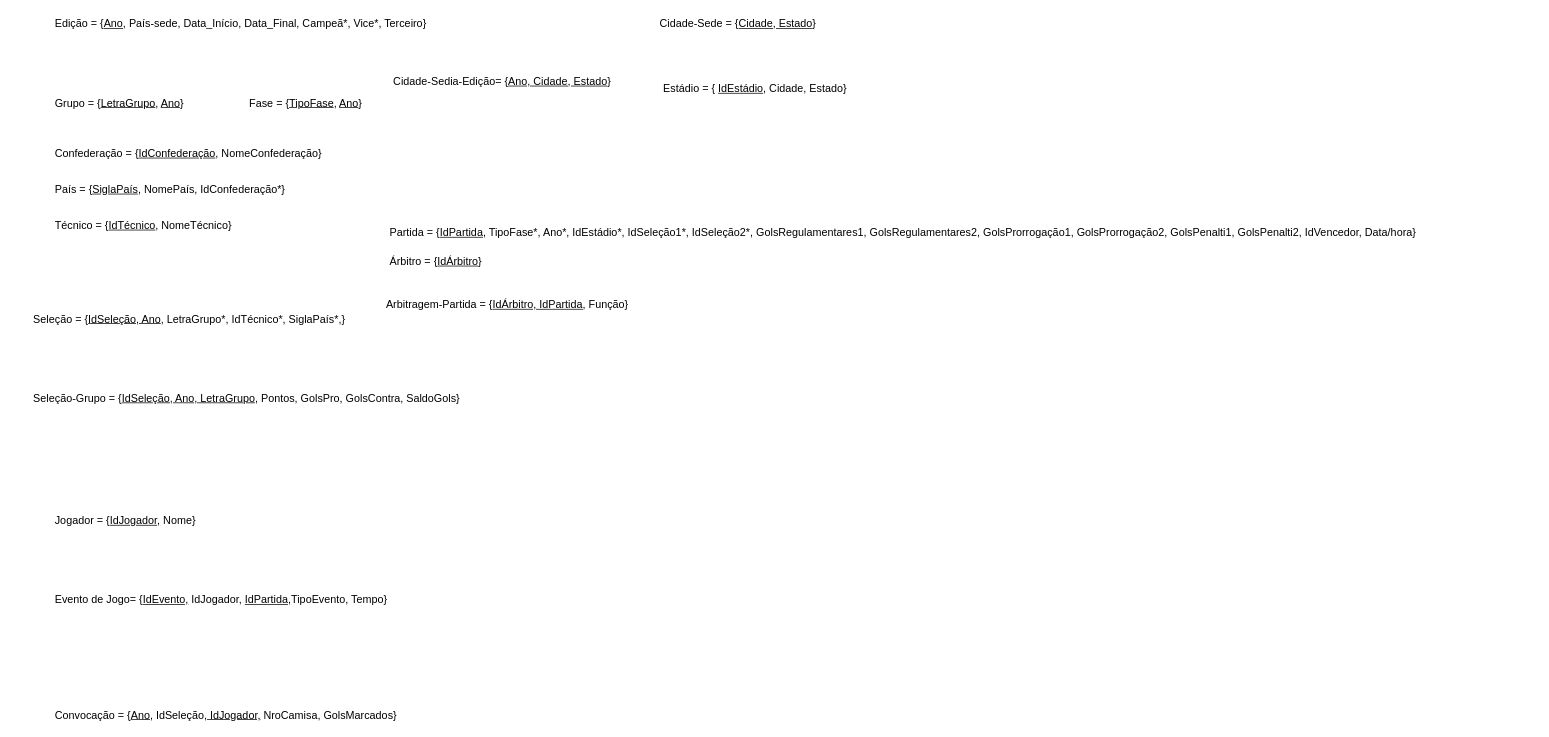
Before: diagramas/02.Relacional.drawio in GUUDIN/bd-copa-do-mundo, a draw.io diagram. Source tidied: cells renumbered, new cells numbered last; positions are measured from the earlier drawing's top-left corner, leaving out a move shared by most shapes. Both pictures are drawn from the tidied source at 72%, with x=0, y=0 at pixel (32, 12).
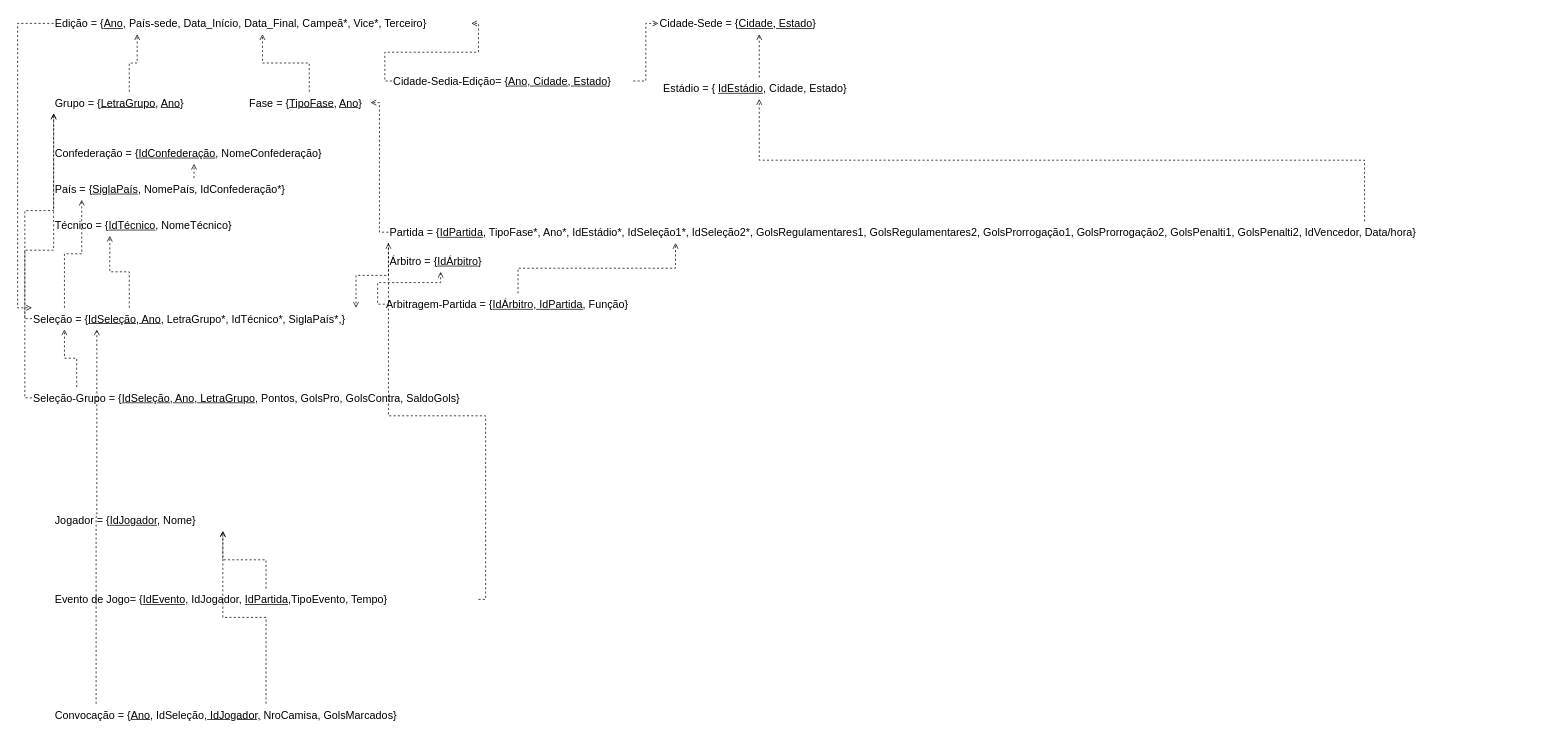
After the change.

Commit message (it also covers changes not shown here):
fix: restaura diagramas drawio completos com todas as conexões

- 01.ER.drawio: 85 vértices, 57 arestas (entidades, relacionamentos,
  atributos, cardinalidades)
- 02.Relacional.drawio: 17 vértices, 21 arestas FK com setas tracejadas
  apontando da tabela filha para a tabela referenciada

The change refers to these unchanged cells:
```xml
<mxCell id="2" value="&lt;font style=&quot;font-size: 15px;&quot;&gt;Edição = {&lt;u&gt;Ano,&lt;/u&gt; País-sede, Data_Início, Data_Final, Campeã*, Vice*, Terceiro}&amp;nbsp;&lt;/font&gt;" style="text;html=1;whiteSpace=wrap;strokeColor=none;fillColor=none;align=left;verticalAlign=middle;rounded=0;fontFamily=Helvetica;fontSize=11;labelBackgroundColor=none;" parent="1" vertex="1">
  <mxGeometry x="30" width="580" height="30" as="geometry" />
</mxCell>
<mxCell id="3" value="&lt;font style=&quot;font-size: 15px;&quot;&gt;Cidade-Sede = {&lt;u&gt;Cidade, Estado&lt;/u&gt;}&amp;nbsp;&lt;/font&gt;" style="text;html=1;whiteSpace=wrap;strokeColor=none;fillColor=none;align=left;verticalAlign=middle;rounded=0;fontFamily=Helvetica;fontSize=11;labelBackgroundColor=none;" parent="1" vertex="1">
  <mxGeometry x="870" width="280" height="30" as="geometry" />
</mxCell>
<mxCell id="4" value="&lt;font style=&quot;font-size: 15px;&quot;&gt;Estádio = { &lt;u&gt;IdEstádio&lt;/u&gt;, Cidade, Estado}&lt;/font&gt;" style="text;html=1;whiteSpace=wrap;strokeColor=none;fillColor=none;align=left;verticalAlign=middle;rounded=0;fontFamily=Helvetica;fontSize=11;labelBackgroundColor=none;" parent="1" vertex="1">
  <mxGeometry x="875" y="90" width="270" height="30" as="geometry" />
</mxCell>
<mxCell id="5" value="&lt;font style=&quot;font-size: 15px;&quot;&gt;Fase = {&lt;u&gt;TipoFase&lt;/u&gt;, &lt;u&gt;Ano&lt;/u&gt;}&amp;nbsp;&lt;/font&gt;" style="text;html=1;whiteSpace=wrap;strokeColor=none;fillColor=none;align=left;verticalAlign=middle;rounded=0;fontFamily=Helvetica;fontSize=11;labelBackgroundColor=none;" parent="1" vertex="1">
  <mxGeometry x="300" y="110" width="170" height="30" as="geometry" />
</mxCell>
<mxCell id="6" value="&lt;font style=&quot;font-size: 15px;&quot;&gt;Grupo = {&lt;u&gt;LetraGrupo&lt;/u&gt;, &lt;u&gt;Ano&lt;/u&gt;}&amp;nbsp;&lt;/font&gt;" style="text;html=1;whiteSpace=wrap;strokeColor=none;fillColor=none;align=left;verticalAlign=middle;rounded=0;fontFamily=Helvetica;fontSize=11;labelBackgroundColor=none;" parent="1" vertex="1">
  <mxGeometry x="30" y="110" width="210" height="30" as="geometry" />
</mxCell>
<mxCell id="7" value="&lt;font style=&quot;font-size: 15px;&quot;&gt;Confederação = {&lt;u&gt;IdConfederação&lt;/u&gt;, NomeConfederação}&amp;nbsp;&lt;/font&gt;" style="text;html=1;whiteSpace=wrap;strokeColor=none;fillColor=none;align=left;verticalAlign=middle;rounded=0;fontFamily=Helvetica;fontSize=11;labelBackgroundColor=none;" parent="1" vertex="1">
  <mxGeometry x="30" y="180" width="390" height="30" as="geometry" />
</mxCell>
<mxCell id="8" value="&lt;font style=&quot;font-size: 15px;&quot;&gt;País = {&lt;u&gt;SiglaPaís&lt;/u&gt;, NomePaís, IdConfederação*}&amp;nbsp;&lt;/font&gt;" style="text;html=1;whiteSpace=wrap;strokeColor=none;fillColor=none;align=left;verticalAlign=middle;rounded=0;fontFamily=Helvetica;fontSize=11;labelBackgroundColor=none;" parent="1" vertex="1">
  <mxGeometry x="30" y="230" width="390" height="30" as="geometry" />
</mxCell>
<mxCell id="9" value="&lt;font style=&quot;font-size: 15px;&quot;&gt;Seleção = {&lt;u&gt;IdSeleção, Ano&lt;/u&gt;, LetraGrupo*, IdTécnico*,  SiglaPaís*,}&amp;nbsp;&lt;/font&gt;" style="text;html=1;whiteSpace=wrap;strokeColor=none;fillColor=none;align=left;verticalAlign=middle;rounded=0;fontFamily=Helvetica;fontSize=11;labelBackgroundColor=none;" parent="1" vertex="1">
  <mxGeometry y="410" width="450" height="30" as="geometry" />
</mxCell>
<mxCell id="12" value="&lt;font style=&quot;font-size: 15px;&quot;&gt;Árbitro = {&lt;u&gt;IdÁrbitro&lt;/u&gt;}&amp;nbsp;&lt;/font&gt;" style="text;html=1;whiteSpace=wrap;strokeColor=none;fillColor=none;align=left;verticalAlign=middle;rounded=0;fontFamily=Helvetica;fontSize=11;labelBackgroundColor=none;" parent="1" vertex="1">
  <mxGeometry x="495" y="330" width="145" height="30" as="geometry" />
</mxCell>
<mxCell id="14" value="&lt;font style=&quot;font-size: 15px;&quot;&gt;Arbitragem-Partida = {&lt;u&gt;IdÁrbitro, IdPartida,&lt;/u&gt;&amp;nbsp;Função}&amp;nbsp;&lt;/font&gt;" style="text;html=1;whiteSpace=wrap;strokeColor=none;fillColor=none;align=left;verticalAlign=middle;rounded=0;fontFamily=Helvetica;fontSize=11;labelBackgroundColor=none;" parent="1" vertex="1">
  <mxGeometry x="490" y="390" width="370" height="30" as="geometry" />
</mxCell>
<mxCell id="15" value="&lt;font style=&quot;font-size: 15px;&quot;&gt;Cidade-Sedia-Edição= {&lt;u&gt;Ano, Cidade, Estado&lt;/u&gt;}&amp;nbsp;&lt;/font&gt;" style="text;html=1;whiteSpace=wrap;strokeColor=none;fillColor=none;align=left;verticalAlign=middle;rounded=0;fontFamily=Helvetica;fontSize=11;labelBackgroundColor=none;" parent="1" vertex="1">
  <mxGeometry x="500" y="80" width="335" height="30" as="geometry" />
</mxCell>
<mxCell id="17" value="&lt;font style=&quot;font-size: 15px;&quot;&gt;Convocação = {&lt;u&gt;Ano,&lt;/u&gt; IdSeleção,&lt;u&gt; IdJogador,&lt;/u&gt;&amp;nbsp;NroCamisa, GolsMarcados}&amp;nbsp;&lt;/font&gt;" style="text;html=1;whiteSpace=wrap;strokeColor=none;fillColor=none;align=left;verticalAlign=middle;rounded=0;fontFamily=Helvetica;fontSize=11;labelBackgroundColor=none;" parent="1" vertex="1">
  <mxGeometry x="30" y="960" width="590" height="30" as="geometry" />
</mxCell>
```

What changed in the source:
```diff
@@
+    <mxCell id="10" value="&lt;font style=&quot;font-size: 15px;&quot;&gt;Técnico = {&lt;u&gt;IdTécnico&lt;/u&gt;, NomeTécnico}&amp;nbsp;&lt;/font&gt;" style="text;html=1;whiteSpace=wrap;strokeColor=none;fillColor=none;align=left;verticalAlign=middle;rounded=0;fontFamily=Helvetica;fontSize=11;labelBackgroundColor=none;" parent="1" vertex="1">
+      <mxGeometry x="30" y="280" width="260" height="30" as="geometry" />
+    </mxCell>
@@
-    <mxCell id="10" value="&lt;font style=&quot;font-size: 15px;&quot;&gt;Técnico = {&lt;u&gt;IdTécnico&lt;/u&gt;, NomeTécnico}&amp;nbsp;&lt;/font&gt;" style="text;html=1;whiteSpace=wrap;strokeColor=none;fillColor=none;align=left;verticalAlign=middle;rounded=0;fontFamily=Helvetica;fontSize=11;labelBackgroundColor=none;" parent="1" vertex="1">
-      <mxGeometry x="30" y="280" width="260" height="30" as="geometry" />
-    </mxCell>
-    <mxCell id="11" value="&lt;font style=&quot;font-size: 15px;&quot;&gt;Jogador = {&lt;u&gt;IdJogador,&lt;/u&gt; Nome}&amp;nbsp;&lt;/font&gt;" style="text;html=1;whiteSpace=wrap;strokeColor=none;fillColor=none;align=left;verticalAlign=middle;rounded=0;fontFamily=Helvetica;fontSize=11;labelBackgroundColor=none;" parent="1" vertex="1">
-      <mxGeometry x="30" y="690" width="470" height="30" as="geometry" />
-    </mxCell>
+    <mxCell id="18" value="&lt;font style=&quot;font-size: 15px;&quot;&gt;Seleção-Grupo = {&lt;u&gt;IdSeleção, Ano, LetraGrupo&lt;/u&gt;, Pontos, GolsPro, GolsContra, SaldoGols}&amp;nbsp;&lt;/font&gt;" style="text;html=1;whiteSpace=wrap;strokeColor=none;fillColor=none;align=left;verticalAlign=middle;rounded=0;fontFamily=Helvetica;fontSize=11;labelBackgroundColor=none;" parent="1" vertex="1">
+      <mxGeometry y="520" width="620" height="30" as="geometry" />
+    </mxCell>
@@
-    <mxCell id="13" value="&lt;font style=&quot;font-size: 15px;&quot;&gt;Evento de Jogo= {&lt;u&gt;IdEvento,&lt;/u&gt;&amp;nbsp;IdJogador,&amp;nbsp;&lt;u&gt;IdPartida,&lt;/u&gt;TipoEvento, Tempo}&amp;nbsp;&lt;/font&gt;" style="text;html=1;whiteSpace=wrap;strokeColor=none;fillColor=none;align=left;verticalAlign=middle;rounded=0;fontFamily=Helvetica;fontSize=11;labelBackgroundColor=none;" parent="1" vertex="1">
-      <mxGeometry x="30" y="800" width="590" height="30" as="geometry" />
-    </mxCell>
+    <mxCell id="16" value="&lt;font style=&quot;font-size: 15px;&quot;&gt;Partida = {&lt;u&gt;IdPartida,&lt;/u&gt; TipoFase*, Ano*, IdEstádio*, IdSeleção1*, IdSeleção2*, GolsRegulamentares1, GolsRegulamentares2, GolsProrrogação1, GolsProrrogação2, GolsPenalti1, GolsPenalti2, IdVencedor, Data/hora}&amp;nbsp;&lt;/font&gt;" style="text;html=1;whiteSpace=wrap;strokeColor=none;fillColor=none;align=left;verticalAlign=middle;rounded=0;fontFamily=Helvetica;fontSize=11;labelBackgroundColor=none;" parent="1" vertex="1">
+      <mxGeometry x="495" y="290" width="1595" height="30" as="geometry" />
+    </mxCell>
@@
-    <mxCell id="16" value="&lt;font style=&quot;font-size: 15px;&quot;&gt;Partida = {&lt;u&gt;IdPartida,&lt;/u&gt; TipoFase*, Ano*, IdEstádio*, IdSeleção1*, IdSeleção2*, GolsRegulamentares1, GolsRegulamentares2, GolsProrrogação1, GolsProrrogação2, GolsPenalti1, GolsPenalti2, IdVencedor, Data/hora}&amp;nbsp;&lt;/font&gt;" style="text;html=1;whiteSpace=wrap;strokeColor=none;fillColor=none;align=left;verticalAlign=middle;rounded=0;fontFamily=Helvetica;fontSize=11;labelBackgroundColor=none;" parent="1" vertex="1">
-      <mxGeometry x="495" y="290" width="1595" height="30" as="geometry" />
-    </mxCell>
+    <mxCell id="11" value="&lt;font style=&quot;font-size: 15px;&quot;&gt;Jogador = {&lt;u&gt;IdJogador,&lt;/u&gt; Nome}&amp;nbsp;&lt;/font&gt;" style="text;html=1;whiteSpace=wrap;strokeColor=none;fillColor=none;align=left;verticalAlign=middle;rounded=0;fontFamily=Helvetica;fontSize=11;labelBackgroundColor=none;" parent="1" vertex="1">
+      <mxGeometry x="30" y="690" width="470" height="30" as="geometry" />
+    </mxCell>
+    <mxCell id="13" value="&lt;font style=&quot;font-size: 15px;&quot;&gt;Evento de Jogo= {&lt;u&gt;IdEvento,&lt;/u&gt;&amp;nbsp;IdJogador,&amp;nbsp;&lt;u&gt;IdPartida,&lt;/u&gt;TipoEvento, Tempo}&amp;nbsp;&lt;/font&gt;" style="text;html=1;whiteSpace=wrap;strokeColor=none;fillColor=none;align=left;verticalAlign=middle;rounded=0;fontFamily=Helvetica;fontSize=11;labelBackgroundColor=none;" parent="1" vertex="1">
+      <mxGeometry x="30" y="800" width="590" height="30" as="geometry" />
+    </mxCell>
@@
-    <mxCell id="18" value="&lt;font style=&quot;font-size: 15px;&quot;&gt;Seleção-Grupo = {&lt;u&gt;IdSeleção, Ano, LetraGrupo&lt;/u&gt;, Pontos, GolsPro, GolsContra, SaldoGols}&amp;nbsp;&lt;/font&gt;" style="text;html=1;whiteSpace=wrap;strokeColor=none;fillColor=none;align=left;verticalAlign=middle;rounded=0;fontFamily=Helvetica;fontSize=11;labelBackgroundColor=none;" parent="1" vertex="1">
-      <mxGeometry y="520" width="620" height="30" as="geometry" />
-    </mxCell>
+    <mxCell id="19" style="edgeStyle=orthogonalEdgeStyle;rounded=0;dashed=1;endArrow=open;endFill=0;fontSize=10;exitX=0.5;exitY=0;exitDx=0;exitDy=0;entryX=0.5;entryY=1;entryDx=0;entryDy=0;" parent="1" edge="1" source="8" target="7">
+      <mxGeometry relative="1" as="geometry" />
+    </mxCell>
+    <mxCell id="20" style="edgeStyle=orthogonalEdgeStyle;rounded=0;dashed=1;endArrow=open;endFill=0;fontSize=10;exitX=0.1;exitY=0;exitDx=0;exitDy=0;entryX=0.1;entryY=1;entryDx=0;entryDy=0;" parent="1" edge="1" source="9" target="8">
+      <mxGeometry relative="1" as="geometry" />
+    </mxCell>
+    <mxCell id="21" style="edgeStyle=orthogonalEdgeStyle;rounded=0;dashed=1;endArrow=open;endFill=0;fontSize=10;exitX=0.3;exitY=0;exitDx=0;exitDy=0;entryX=0.3;entryY=1;entryDx=0;entryDy=0;" parent="1" edge="1" source="9" target="10">
+      <mxGeometry relative="1" as="geometry" />
+    </mxCell>
+    <mxCell id="22" style="edgeStyle=orthogonalEdgeStyle;rounded=0;dashed=1;endArrow=open;endFill=0;fontSize=10;exitX=0;exitY=0.5;exitDx=0;exitDy=0;entryX=0;entryY=1;entryDx=0;entryDy=0;" parent="1" edge="1" source="9" target="6">
+      <mxGeometry relative="1" as="geometry" />
+    </mxCell>
+    <mxCell id="23" style="edgeStyle=orthogonalEdgeStyle;rounded=0;dashed=1;endArrow=open;endFill=0;fontSize=10;exitX=0.5;exitY=0;exitDx=0;exitDy=0;entryX=0.2;entryY=1;entryDx=0;entryDy=0;" parent="1" edge="1" source="6" target="2">
+      <mxGeometry relative="1" as="geometry" />
+    </mxCell>
+    <mxCell id="24" style="edgeStyle=orthogonalEdgeStyle;rounded=0;dashed=1;endArrow=open;endFill=0;fontSize=10;exitX=0.5;exitY=0;exitDx=0;exitDy=0;entryX=0.5;entryY=1;entryDx=0;entryDy=0;" parent="1" edge="1" source="5" target="2">
+      <mxGeometry relative="1" as="geometry" />
+    </mxCell>
+    <mxCell id="25" style="edgeStyle=orthogonalEdgeStyle;rounded=0;dashed=1;endArrow=open;endFill=0;fontSize=10;exitX=0;exitY=0.5;exitDx=0;exitDy=0;entryX=1;entryY=0.5;entryDx=0;entryDy=0;" parent="1" edge="1" source="15" target="2">
+      <mxGeometry relative="1" as="geometry" />
+    </mxCell>
+    <mxCell id="26" style="edgeStyle=orthogonalEdgeStyle;rounded=0;dashed=1;endArrow=open;endFill=0;fontSize=10;exitX=1;exitY=0.5;exitDx=0;exitDy=0;entryX=0;entryY=0.5;entryDx=0;entryDy=0;" parent="1" edge="1" source="15" target="3">
+      <mxGeometry relative="1" as="geometry" />
+    </mxCell>
+    <mxCell id="27" style="edgeStyle=orthogonalEdgeStyle;rounded=0;dashed=1;endArrow=open;endFill=0;fontSize=10;exitX=0.5;exitY=0;exitDx=0;exitDy=0;entryX=0.5;entryY=1;entryDx=0;entryDy=0;" parent="1" edge="1" source="4" target="3">
+      <mxGeometry relative="1" as="geometry" />
+    </mxCell>
+    <mxCell id="28" style="edgeStyle=orthogonalEdgeStyle;rounded=0;dashed=1;endArrow=open;endFill=0;fontSize=10;exitX=0.1;exitY=0;exitDx=0;exitDy=0;entryX=0.1;entryY=1;entryDx=0;entryDy=0;" parent="1" edge="1" source="18" target="9">
+      <mxGeometry relative="1" as="geometry" />
+    </mxCell>
+    <mxCell id="29" style="edgeStyle=orthogonalEdgeStyle;rounded=0;dashed=1;endArrow=open;endFill=0;fontSize=10;exitX=0;exitY=0.5;exitDx=0;exitDy=0;entryX=0;entryY=1;entryDx=0;entryDy=0;" parent="1" edge="1" source="18" target="6">
+      <mxGeometry relative="1" as="geometry" />
+    </mxCell>
+    <mxCell id="30" style="edgeStyle=orthogonalEdgeStyle;rounded=0;dashed=1;endArrow=open;endFill=0;fontSize=10;exitX=0.1;exitY=0;exitDx=0;exitDy=0;entryX=0.1;entryY=1;entryDx=45;entryDy=0;" parent="1" edge="1" source="17" target="9">
+      <mxGeometry relative="1" as="geometry" />
+    </mxCell>
+    <mxCell id="31" style="edgeStyle=orthogonalEdgeStyle;rounded=0;dashed=1;endArrow=open;endFill=0;fontSize=10;exitX=0.5;exitY=0;exitDx=0;exitDy=0;entryX=0.5;entryY=1;entryDx=0;entryDy=0;" parent="1" edge="1" source="17" target="11">
+      <mxGeometry relative="1" as="geometry" />
+    </mxCell>
+    <mxCell id="32" style="edgeStyle=orthogonalEdgeStyle;rounded=0;dashed=1;endArrow=open;endFill=0;fontSize=10;exitX=0;exitY=0.5;exitDx=0;exitDy=0;entryX=1;entryY=0.5;entryDx=0;entryDy=0;" parent="1" edge="1" source="16" target="5">
+      <mxGeometry relative="1" as="geometry" />
+    </mxCell>
+    <mxCell id="33" style="edgeStyle=orthogonalEdgeStyle;rounded=0;dashed=1;endArrow=open;endFill=0;fontSize=10;exitX=0.85;exitY=0;exitDx=0;exitDy=0;entryX=0.5;entryY=1;entryDx=0;entryDy=0;" parent="1" edge="1" source="16" target="4">
+      <mxGeometry relative="1" as="geometry" />
+    </mxCell>
+    <mxCell id="34" style="edgeStyle=orthogonalEdgeStyle;rounded=0;dashed=1;endArrow=open;endFill=0;fontSize=10;exitX=0;exitY=1;exitDx=0;exitDy=0;entryX=1;entryY=0;entryDx=0;entryDy=0;" parent="1" edge="1" source="16" target="9">
+      <mxGeometry relative="1" as="geometry" />
+    </mxCell>
+    <mxCell id="35" style="edgeStyle=orthogonalEdgeStyle;rounded=0;dashed=1;endArrow=open;entryX=0.5;entryY=1;entryDx=0;entryDy=0;exitX=0;exitY=0.5;exitDx=0;exitDy=0;endFill=0;fontSize=10;" parent="1" edge="1" source="14" target="12">
+      <mxGeometry relative="1" as="geometry" />
+    </mxCell>
+    <mxCell id="36" style="edgeStyle=orthogonalEdgeStyle;rounded=0;dashed=1;endArrow=open;endFill=0;fontSize=10;exitX=0.5;exitY=0;exitDx=0;exitDy=0;entryX=0.25;entryY=1;entryDx=0;entryDy=0;" parent="1" edge="1" source="14" target="16">
+      <mxGeometry relative="1" as="geometry" />
+    </mxCell>
+    <mxCell id="37" style="edgeStyle=orthogonalEdgeStyle;rounded=0;dashed=1;endArrow=open;endFill=0;fontSize=10;exitX=1;exitY=0.5;exitDx=0;exitDy=0;entryX=0;entryY=1;entryDx=0;entryDy=0;" parent="1" edge="1" source="13" target="16">
+      <mxGeometry relative="1" as="geometry" />
+    </mxCell>
+    <mxCell id="38" style="edgeStyle=orthogonalEdgeStyle;rounded=0;dashed=1;endArrow=open;endFill=0;fontSize=10;exitX=0.5;exitY=0;exitDx=0;exitDy=0;entryX=0.5;entryY=1;entryDx=0;entryDy=0;" parent="1" edge="1" source="13" target="11">
+      <mxGeometry relative="1" as="geometry" />
+    </mxCell>
+    <mxCell id="39" style="edgeStyle=orthogonalEdgeStyle;rounded=0;dashed=1;endArrow=open;endFill=0;fontSize=10;exitX=0;exitY=0.5;exitDx=0;exitDy=0;entryX=0;entryY=0;entryDx=0;entryDy=0;entryPerimeter=0;" parent="1" edge="1" source="2" target="9">
+      <mxGeometry relative="1" as="geometry">
+        <Array as="points">
+          <mxPoint x="-20" y="15" />
+          <mxPoint x="-20" y="410" />
+        </Array>
+      </mxGeometry>
+    </mxCell>
```
